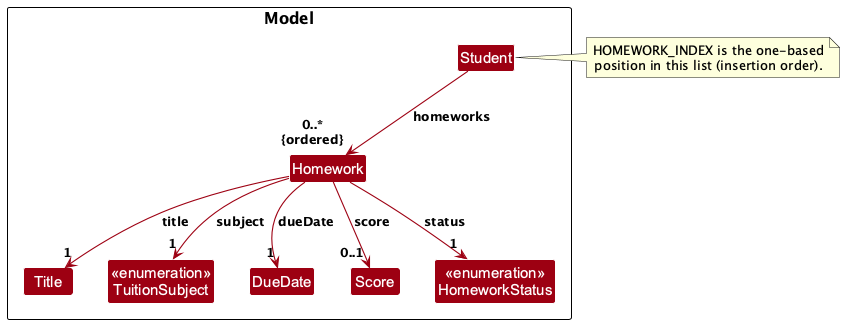
The PlantUML diagram docs/images/HomeworkClassDiagram.png in AY2627S1-CS2103-F12-1/tp, before a commit.
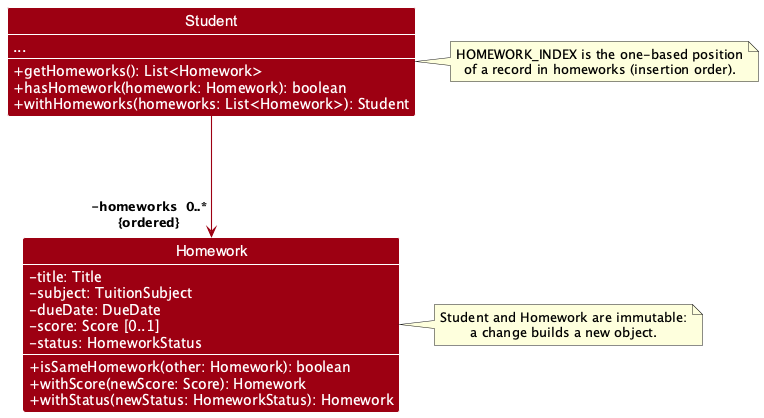
After the commit.

Commit message:
DG: Make the homework diagrams easier to read

What changed in the source:
```diff
@@ -3,27 +3,38 @@
 skinparam arrowThickness 1.1
 skinparam arrowColor MODEL_COLOR
 skinparam classBackgroundColor MODEL_COLOR
-hide members
+skinparam classAttributeFontColor #FFFFFF
+skinparam classAttributeIconSize 0
+hide circle
+show members
 
-Package Model as ModelPackage {
-Class Student
-Class Homework
-Class Title
-Enum "<<enumeration>>\nTuitionSubject" as TuitionSubject
-Class DueDate
-Class Score
-Enum "<<enumeration>>\nHomeworkStatus" as HomeworkStatus
+Class Student {
+  ...
+  + getHomeworks(): List<Homework>
+  + hasHomework(homework: Homework): boolean
+  + withHomeworks(homeworks: List<Homework>): Student
 }
 
-Student --> "0..*\n{ordered}" Homework : homeworks
-Homework --> "1" Title : title
-Homework --> "1" TuitionSubject : subject
-Homework --> "1" DueDate : dueDate
-Homework --> "0..1" Score : score
-Homework --> "1" HomeworkStatus : status
+Class Homework {
+  - title: Title
+  - subject: TuitionSubject
+  - dueDate: DueDate
+  - score: Score [0..1]
+  - status: HomeworkStatus
+  + isSameHomework(other: Homework): boolean
+  + withScore(newScore: Score): Homework
+  + withStatus(newStatus: HomeworkStatus): Homework
+}
+
+Student -down--> "-homeworks  0..*\n{ordered}" Homework
 
 note right of Student
-  HOMEWORK_INDEX is the one-based
-  position in this list (insertion order).
+  HOMEWORK_INDEX is the one-based position
+  of a record in homeworks (insertion order).
+end note
+
+note right of Homework
+  Student and Homework are immutable:
+  a change builds a new object.
 end note
 @enduml
```
